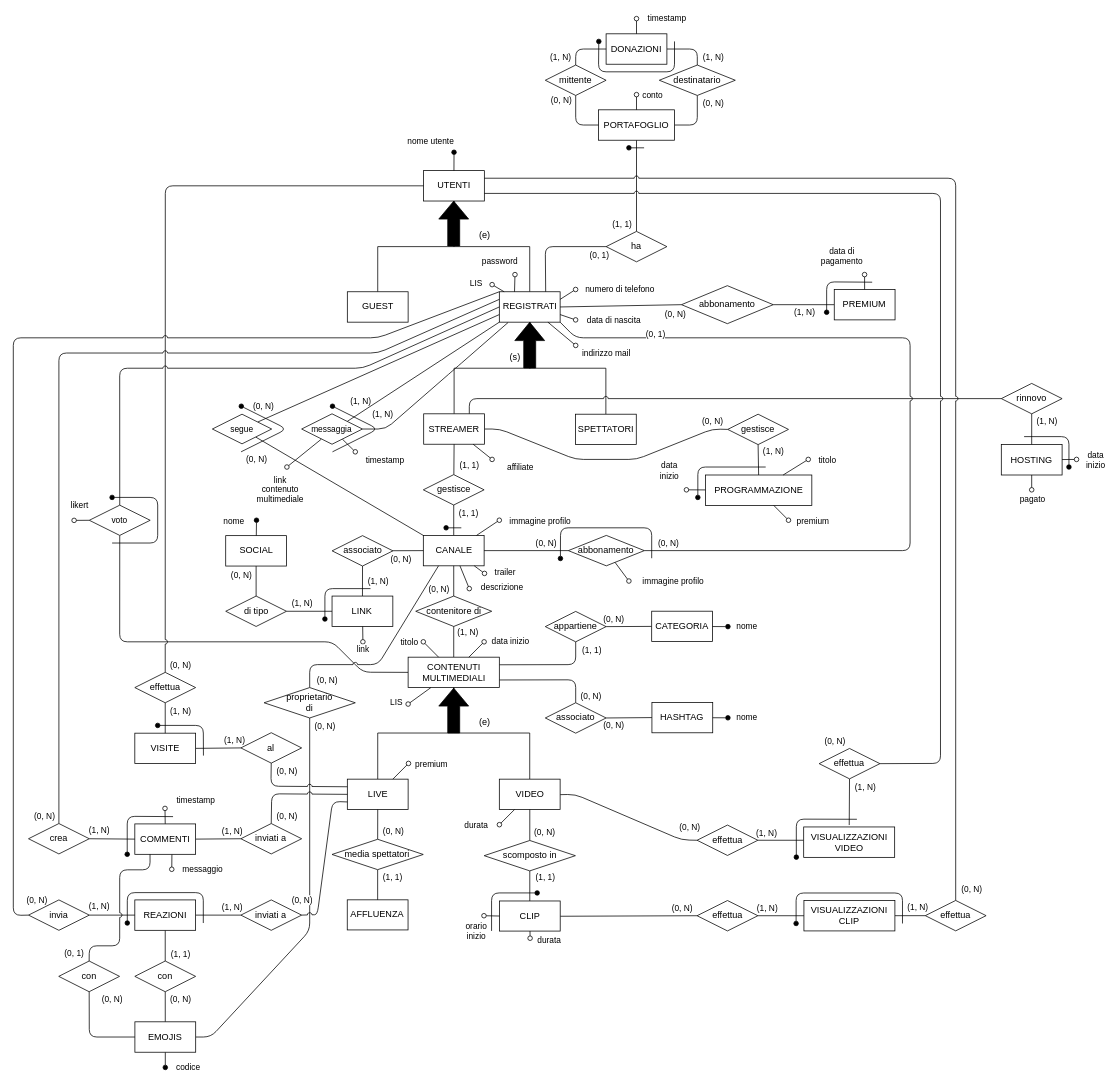
This is Progetto Esame - DBSperimentazioni A.A. 2023-2024/Diagrammi/1.5 Schema E-R.drawio from Mattron2000/Basi_di_dati, a draw.io file, before an edit. Source tidied: cells renumbered, new cells numbered last; positions are measured from the earlier drawing's top-left corner, leaving out a move shared by most shapes. Both pictures are drawn from the tidied source at 76%, with x=0, y=0 at pixel (13, 18).
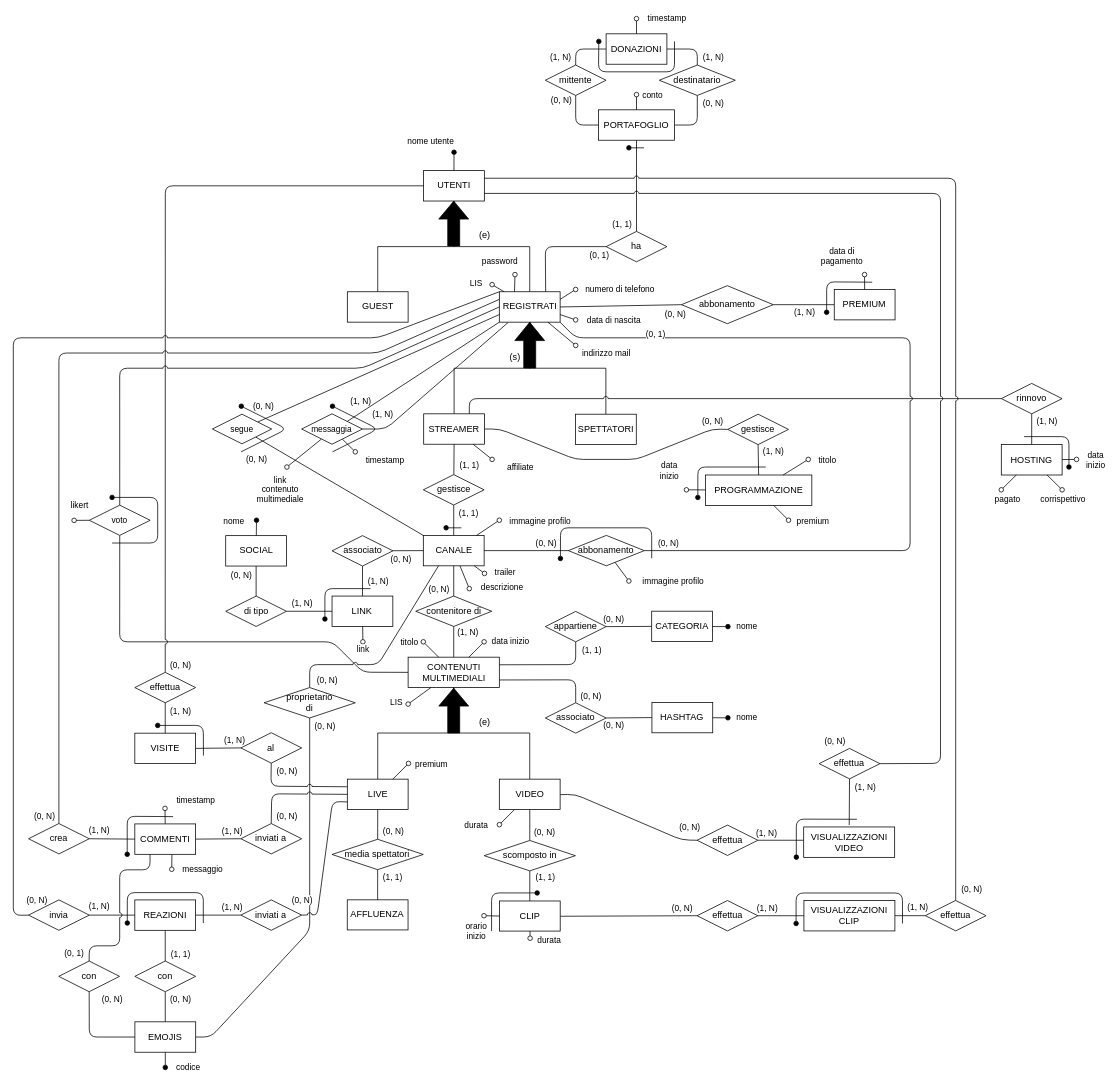
The same diagram, later.

Commit message:
Aggiornato mappa concettuale parte 9

fixato la tabella HOSTING con attributi aggiuntivi

The change refers to these unchanged cells:
```xml
<mxCell id="262" value="HOSTING" style="whiteSpace=wrap;html=1;" parent="1" vertex="1">
  <mxGeometry x="1300" y="560.5" width="80" height="40" as="geometry" />
</mxCell>
```

What changed in the source:
```diff
@@
     <mxCell id="266" style="edgeStyle=none;shape=connector;rounded=1;fillStyle=auto;html=1;labelBackgroundColor=default;strokeColor=default;strokeWidth=1;fontFamily=Helvetica;fontSize=11;fontColor=default;endArrow=none;endFill=0;startSize=6;endSize=6;fillColor=#000000;startArrow=oval;startFill=0;" parent="1" edge="1" target="262">
       <mxGeometry relative="1" as="geometry">
-        <mxPoint x="1340" y="620" as="sourcePoint" />
+        <mxPoint x="1300" y="620" as="sourcePoint" />
       </mxGeometry>
     </mxCell>
@@
+    <mxCell id="268" style="edgeStyle=none;shape=connector;rounded=1;fillStyle=auto;html=1;labelBackgroundColor=default;strokeColor=default;strokeWidth=1;fontFamily=Helvetica;fontSize=11;fontColor=default;endArrow=none;endFill=0;startSize=6;endSize=6;fillColor=#000000;startArrow=oval;startFill=0;" parent="1" edge="1" target="262">
+      <mxGeometry relative="1" as="geometry">
+        <mxPoint x="1380" y="620" as="sourcePoint" />
+      </mxGeometry>
+    </mxCell>
+    <mxCell id="269" value="corrispettivo" style="edgeLabel;html=1;align=center;verticalAlign=middle;fontSize=11;fontFamily=Helvetica;fontColor=default;" parent="268" vertex="1">
+      <mxGeometry x="-0.26" y="1" relative="1" as="geometry">
+        <mxPoint x="8" y="19" as="offset" />
+      </mxGeometry>
+    </mxCell>
```
